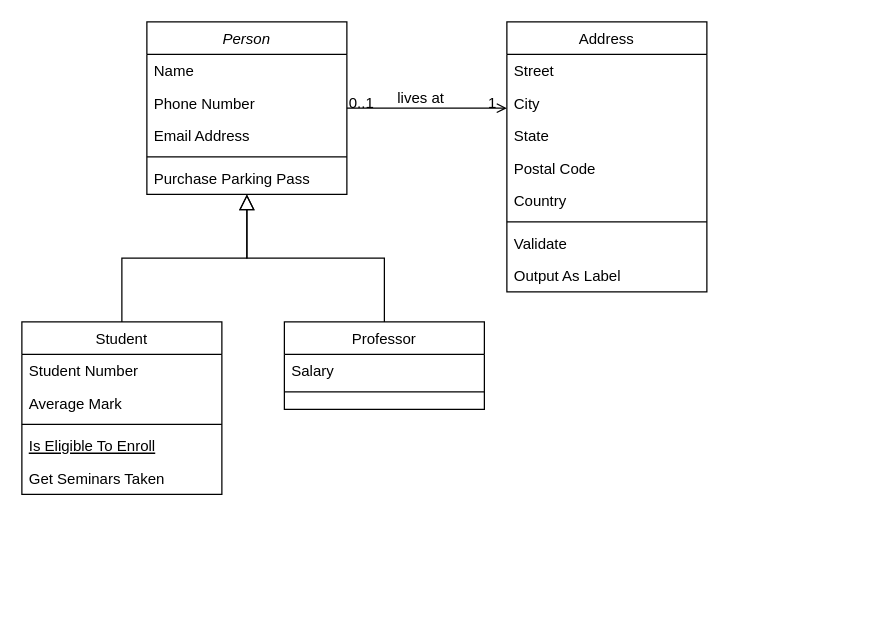
Above: project1.drawio in sleepydog25/social_investigator_with_R (draw.io), before the change. Source tidied: cells renumbered, new cells numbered last; positions are measured from the earlier drawing's top-left corner, leaving out a move shared by most shapes. Both pictures are drawn from the tidied source at 125%, with x=0, y=0 at pixel (21, 21).
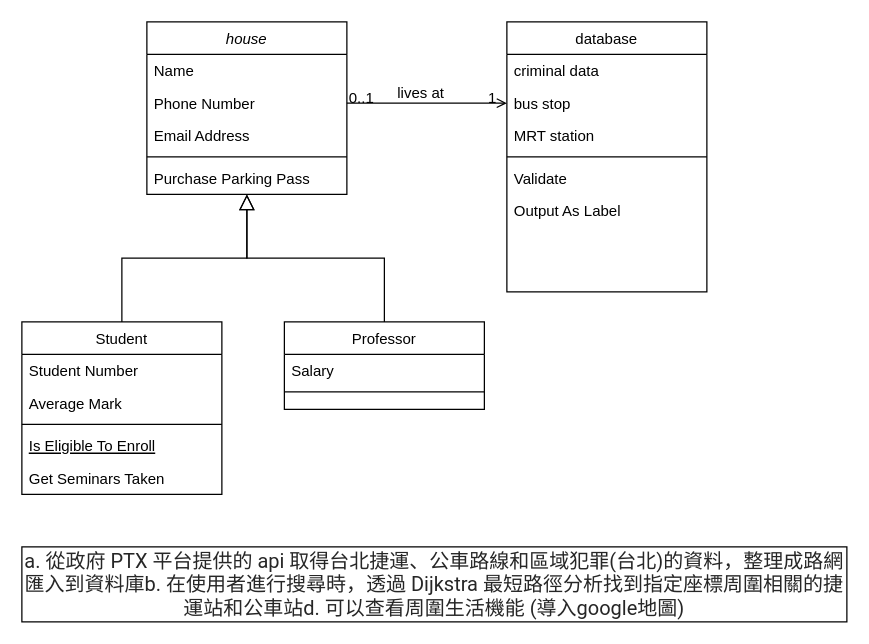
The same page after the edit.

Change to the diagram source:
```diff
@@
-    <mxCell id="2" value="Person" style="swimlane;fontStyle=2;align=center;verticalAlign=top;horizontal=1;startSize=26;rounded=0;shadow=0;strokeWidth=1;" parent="1" vertex="1">
+    <mxCell id="2" value="house" style="swimlane;fontStyle=2;align=center;verticalAlign=top;horizontal=1;startSize=26;rounded=0;shadow=0;strokeWidth=1;" parent="1" vertex="1">
       <mxGeometry x="100" width="160" height="138" as="geometry" />
     </mxCell>
@@
-    <mxCell id="19" value="Address" style="swimlane;fontStyle=0;align=center;verticalAlign=top;horizontal=1;startSize=26;rounded=0;shadow=0;strokeWidth=1;" parent="1" vertex="1">
+    <mxCell id="19" value="database" style="swimlane;fontStyle=0;align=center;verticalAlign=top;horizontal=1;startSize=26;rounded=0;shadow=0;strokeWidth=1;" parent="1" vertex="1">
       <mxGeometry x="388" width="160" height="216" as="geometry" />
     </mxCell>
-    <mxCell id="20" value="Street" style="text;align=left;verticalAlign=top;spacingLeft=4;spacingRight=4;overflow=hidden;" parent="19" vertex="1">
+    <mxCell id="20" value="criminal data" style="text;align=left;verticalAlign=top;spacingLeft=4;spacingRight=4;overflow=hidden;" parent="19" vertex="1">
       <mxGeometry y="26" width="160" height="26" as="geometry" />
     </mxCell>
-    <mxCell id="21" value="City" style="text;align=left;verticalAlign=top;spacingLeft=4;spacingRight=4;overflow=hidden;points=[[0,0.5],[1,0.5]];portConstraint=eastwest;rounded=0;shadow=0;html=0;" parent="19" vertex="1">
+    <mxCell id="21" value="bus stop" style="text;align=left;verticalAlign=top;spacingLeft=4;spacingRight=4;overflow=hidden;points=[[0,0.5],[1,0.5]];portConstraint=eastwest;rounded=0;shadow=0;html=0;" parent="19" vertex="1">
       <mxGeometry y="52" width="160" height="26" as="geometry" />
     </mxCell>
-    <mxCell id="22" value="State" style="text;align=left;verticalAlign=top;spacingLeft=4;spacingRight=4;overflow=hidden;rounded=0;shadow=0;html=0;" parent="19" vertex="1">
+    <mxCell id="22" value="MRT station" style="text;align=left;verticalAlign=top;spacingLeft=4;spacingRight=4;overflow=hidden;rounded=0;shadow=0;html=0;" parent="19" vertex="1">
       <mxGeometry y="78" width="160" height="26" as="geometry" />
     </mxCell>
-    <mxCell id="23" value="Postal Code" style="text;align=left;verticalAlign=top;spacingLeft=4;spacingRight=4;overflow=hidden;rounded=0;shadow=0;html=0;" parent="19" vertex="1">
-      <mxGeometry y="104" width="160" height="26" as="geometry" />
-    </mxCell>
-    <mxCell id="24" value="Country" style="text;align=left;verticalAlign=top;spacingLeft=4;spacingRight=4;overflow=hidden;rounded=0;shadow=0;html=0;" parent="19" vertex="1">
-      <mxGeometry y="130" width="160" height="26" as="geometry" />
-    </mxCell>
     <mxCell id="25" style="line;html=1;strokeWidth=1;align=left;verticalAlign=middle;spacingTop=-1;spacingLeft=3;spacingRight=3;labelPosition=right;" parent="19" vertex="1">
-      <mxGeometry y="156" width="160" height="8" as="geometry" />
+      <mxGeometry y="104" width="160" height="8" as="geometry" />
     </mxCell>
     <mxCell id="26" value="Validate" style="text;align=left;verticalAlign=top;spacingLeft=4;spacingRight=4;overflow=hidden;" parent="19" vertex="1">
-      <mxGeometry y="164" width="160" height="26" as="geometry" />
+      <mxGeometry y="112" width="160" height="26" as="geometry" />
     </mxCell>
     <mxCell id="27" value="Output As Label" style="text;align=left;verticalAlign=top;spacingLeft=4;spacingRight=4;overflow=hidden;" parent="19" vertex="1">
-      <mxGeometry y="190" width="160" height="26" as="geometry" />
+      <mxGeometry y="138" width="160" height="26" as="geometry" />
     </mxCell>
-    <mxCell id="28" style="endArrow=open;shadow=0;strokeWidth=1;rounded=0;curved=0;endFill=1;edgeStyle=elbowEdgeStyle;elbow=vertical;" parent="1" edge="1" source="2" target="19">
+    <mxCell id="28" style="endArrow=open;shadow=0;strokeWidth=1;rounded=0;curved=0;endFill=1;edgeStyle=elbowEdgeStyle;elbow=vertical;entryX=0;entryY=0.5;entryDx=0;entryDy=0;" parent="1" edge="1" source="2" target="21">
       <mxGeometry x="0.5" y="41" relative="1" as="geometry">
         <mxPoint x="-40" y="32" as="offset" />
       </mxGeometry>
     </mxCell>
@@
+    <mxCell id="32" value="&lt;span style=&quot;color: rgba(0, 0, 0, 0.85); font-family: Roboto, &amp;quot;Helvetica Neue&amp;quot;, Helvetica, Arial, &amp;quot;PingFang TC&amp;quot;, 黑體-繁, &amp;quot;Heiti TC&amp;quot;, 蘋果儷中黑, &amp;quot;Apple LiGothic Medium&amp;quot;, 微軟正黑體, &amp;quot;Microsoft JhengHei&amp;quot;, sans-serif; font-size: 16px; text-align: start; white-space-collapse: break-spaces; background-color: rgb(255, 255, 255);&quot;&gt;a. 從政府 PTX 平台提供的 api 取得台北捷運、公車路線和區域犯罪(台北)的資料，整理成路網匯入到資料庫b. 在使用者進行搜尋時，透過 Dijkstra 最短路徑分析找到指定座標周圍相關的捷運站和公車站d. 可以查看周圍生活機能 (導入google地圖)&lt;/span&gt;" style="rounded=0;whiteSpace=wrap;html=1;" parent="1" vertex="1">
+      <mxGeometry y="420" width="660" height="60" as="geometry" />
+    </mxCell>
```
